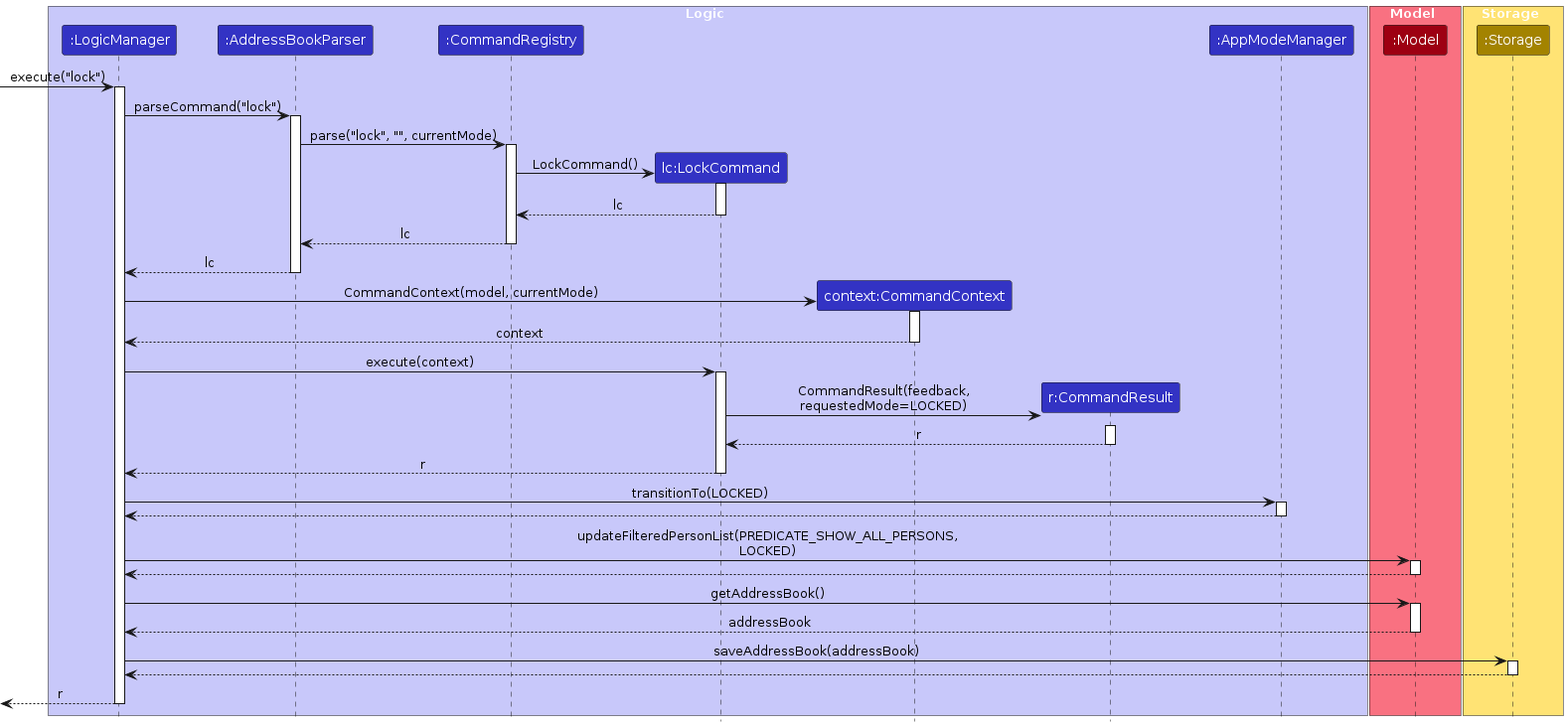
Above: diagrams/LockSequenceDiagram.png in AY2526S2-CS2103T-T15-2/tp (PlantUML), before the change. Its source is kept beside it as diagrams/LockSequenceDiagram.puml. The source it was exported from:
```plantuml
@startuml
!include style.puml
skinparam ArrowFontStyle plain

box Logic LOGIC_COLOR_T1
participant ":LogicManager" as LogicManager LOGIC_COLOR
participant ":AddressBookParser" as AddressBookParser LOGIC_COLOR
participant ":CommandRegistry" as CommandRegistry LOGIC_COLOR
participant "lc:LockCommand" as LockCommand LOGIC_COLOR
participant "context:CommandContext" as CommandContext LOGIC_COLOR
participant "r:CommandResult" as CommandResult LOGIC_COLOR
participant ":AppModeManager" as AppModeManager LOGIC_COLOR
end box

box Model MODEL_COLOR_T1
participant ":Model" as Model MODEL_COLOR
end box

box Storage STORAGE_COLOR_T1
participant ":Storage" as Storage STORAGE_COLOR
end box

[-> LogicManager : execute("lock")
activate LogicManager

LogicManager -> AddressBookParser : parseCommand("lock")
activate AddressBookParser

AddressBookParser -> CommandRegistry : parse("lock", "", currentMode)
activate CommandRegistry

create LockCommand
CommandRegistry -> LockCommand : LockCommand()
activate LockCommand
LockCommand --> CommandRegistry : lc
deactivate LockCommand

CommandRegistry --> AddressBookParser : lc
deactivate CommandRegistry

AddressBookParser --> LogicManager : lc
deactivate AddressBookParser

create CommandContext
LogicManager -> CommandContext : CommandContext(model, currentMode)
activate CommandContext
CommandContext --> LogicManager : context
deactivate CommandContext

LogicManager -> LockCommand : execute(context)
activate LockCommand

create CommandResult
LockCommand -> CommandResult : CommandResult(feedback,\nrequestedMode=LOCKED)
activate CommandResult
CommandResult --> LockCommand : r
deactivate CommandResult

LockCommand --> LogicManager : r
deactivate LockCommand

LogicManager -> AppModeManager : transitionTo(LOCKED)
activate AppModeManager
AppModeManager --> LogicManager
deactivate AppModeManager

LogicManager -> Model : updateFilteredPersonList(PREDICATE_SHOW_ALL_PERSONS,\nLOCKED)
activate Model
Model --> LogicManager
deactivate Model

LogicManager -> Model : getAddressBook()
activate Model
Model --> LogicManager : addressBook
deactivate Model

LogicManager -> Storage : saveAddressBook(addressBook)
activate Storage
Storage --> LogicManager
deactivate Storage

[<-- LogicManager : r
deactivate LogicManager
@enduml
```
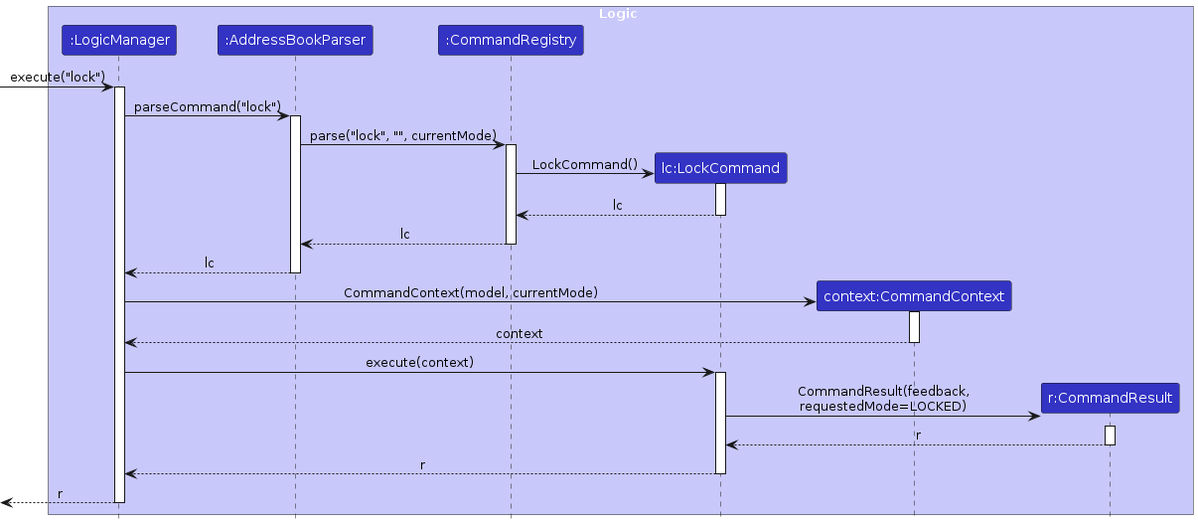
After the commit.

Change to the diagram source:
```diff
@@ -9,15 +9,6 @@
 participant "lc:LockCommand" as LockCommand LOGIC_COLOR
 participant "context:CommandContext" as CommandContext LOGIC_COLOR
 participant "r:CommandResult" as CommandResult LOGIC_COLOR
-participant ":AppModeManager" as AppModeManager LOGIC_COLOR
-end box
-
-box Model MODEL_COLOR_T1
-participant ":Model" as Model MODEL_COLOR
-end box
-
-box Storage STORAGE_COLOR_T1
-participant ":Storage" as Storage STORAGE_COLOR
 end box
 
 [-> LogicManager : execute("lock")
@@ -59,26 +50,6 @@
 LockCommand --> LogicManager : r
 deactivate LockCommand
 
-LogicManager -> AppModeManager : transitionTo(LOCKED)
-activate AppModeManager
-AppModeManager --> LogicManager
-deactivate AppModeManager
-
-LogicManager -> Model : updateFilteredPersonList(PREDICATE_SHOW_ALL_PERSONS,\nLOCKED)
-activate Model
-Model --> LogicManager
-deactivate Model
-
-LogicManager -> Model : getAddressBook()
-activate Model
-Model --> LogicManager : addressBook
-deactivate Model
-
-LogicManager -> Storage : saveAddressBook(addressBook)
-activate Storage
-Storage --> LogicManager
-deactivate Storage
-
 [<-- LogicManager : r
 deactivate LogicManager
 @enduml
```
